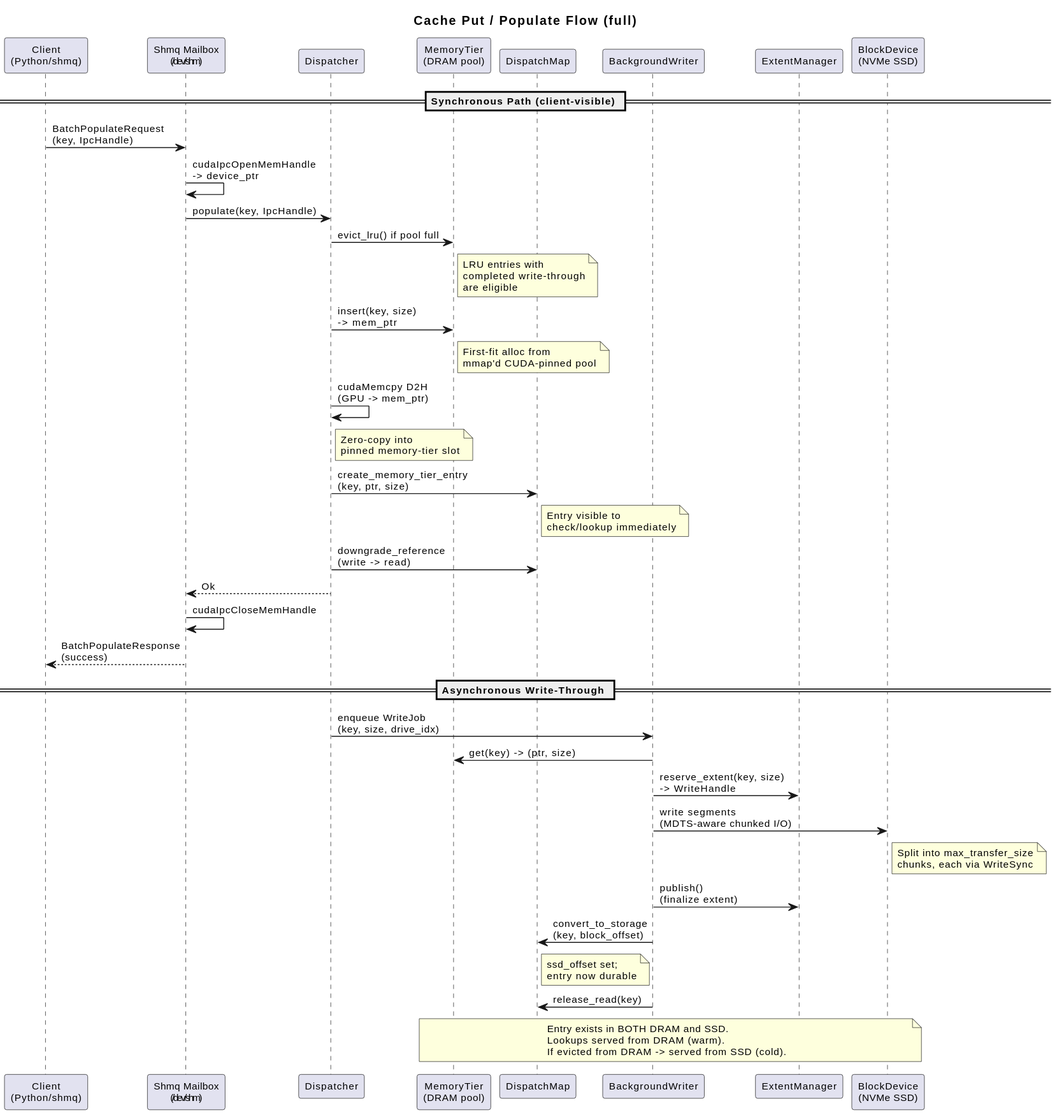
Above: design/profiles/full/design-spec-put-flow.svg in AI-native-Systems-Research/ai-native-storage-certus (PlantUML), before the change.
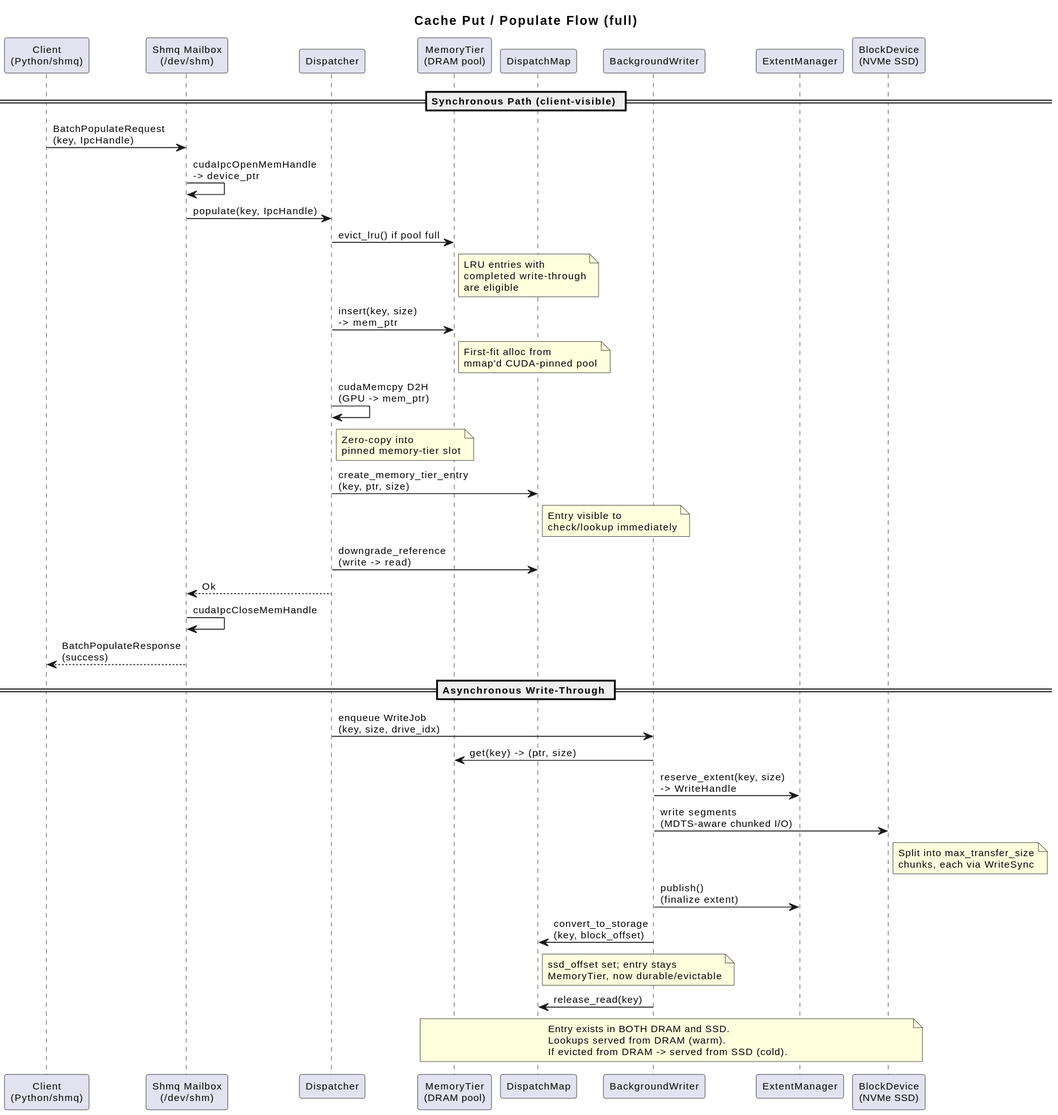
Above is the later version.

Diff of the diagram source:
```diff
@@ -4,8 +4,8 @@
 
 title Cache Put / Populate Flow (full)
 
-participant "Client\n(Python/gRPC)" as client
-participant "gRPC Service\n(tonic)" as grpc
+participant "Client\n(Python/shmq)" as client
+participant "Shmq Mailbox\n(/dev/shm)" as shmq
 participant "Dispatcher" as disp
 participant "MemoryTier\n(DRAM pool)" as mt
 participant "DispatchMap" as dm
@@ -15,9 +15,9 @@
 
 == Synchronous Path (client-visible) ==
 
-client -> grpc: BatchPopulateRequest\n(key, IpcHandle)
-grpc -> grpc: cudaIpcOpenMemHandle\n-> device_ptr
-grpc -> disp: populate(key, IpcHandle)
+client -> shmq: BatchPopulateRequest\n(key, IpcHandle)
+shmq -> shmq: cudaIpcOpenMemHandle\n-> device_ptr
+shmq -> disp: populate(key, IpcHandle)
 
 disp -> mt: evict_lru() if pool full
 note right of mt: LRU entries with\ncompleted write-through\nare eligible
@@ -33,9 +33,9 @@
 
 disp -> dm: downgrade_reference\n(write -> read)
 
-disp --> grpc: Ok
-grpc -> grpc: cudaIpcCloseMemHandle
-grpc --> client: BatchPopulateResponse\n(success)
+disp --> shmq: Ok
+shmq -> shmq: cudaIpcCloseMemHandle
+shmq --> client: BatchPopulateResponse\n(success)
 
 == Asynchronous Write-Through ==
 
@@ -47,7 +47,7 @@
 
 bgw -> em: publish()\n(finalize extent)
 bgw -> dm: convert_to_storage\n(key, block_offset)
-note right of dm: ssd_offset set;\nentry now durable
+note right of dm: ssd_offset set; entry stays\nMemoryTier, now durable/evictable
 
 bgw -> dm: release_read(key)
 
```
